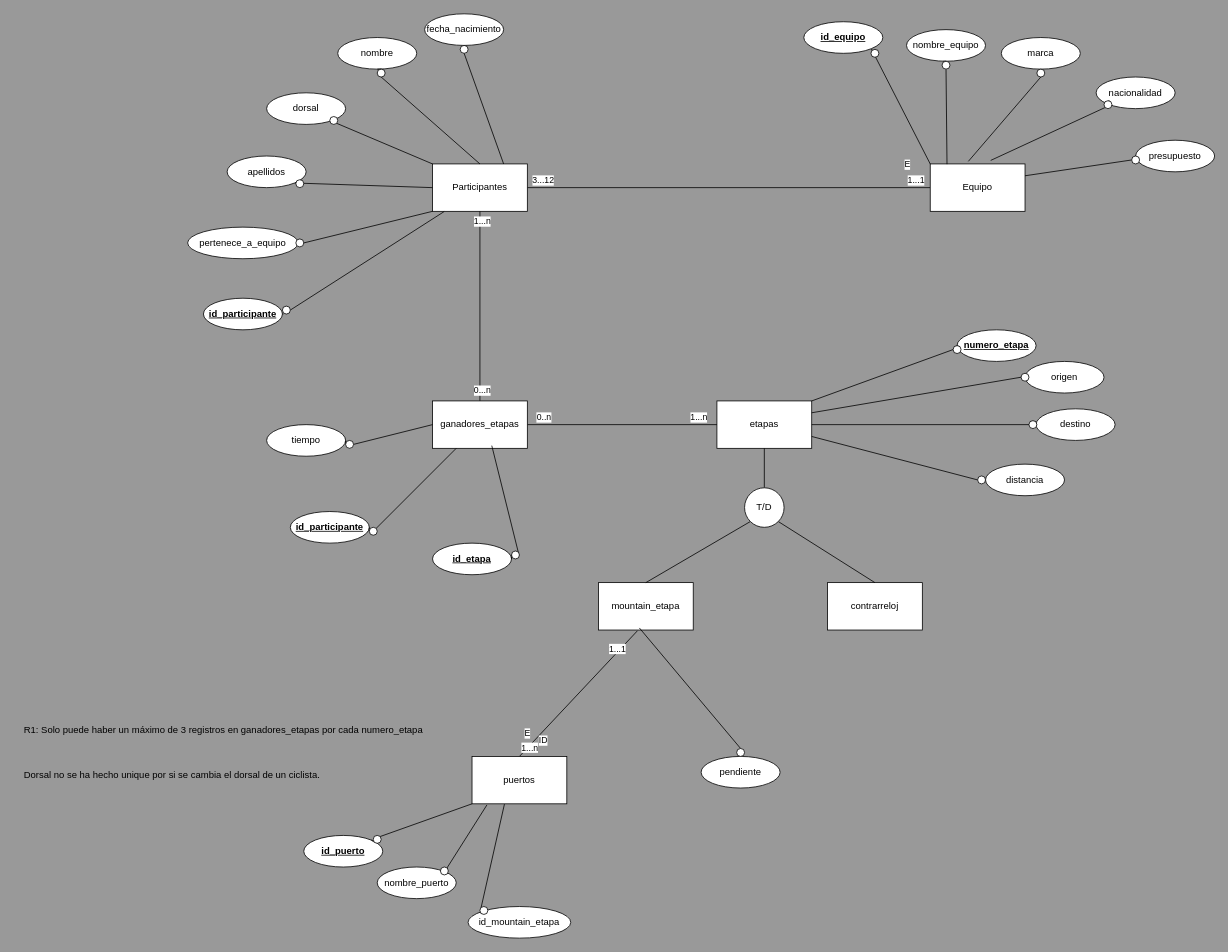
MrMetalero/DAM2 keeps this draw.io diagram as AccesoDatos/EjercicioModeloDeExamen2/modeloExamenEntidadRelacion.drawio. Above is the earlier version. Source tidied: cells renumbered, new cells numbered last; positions are measured from the earlier drawing's top-left corner, leaving out a move shared by most shapes. Both pictures are drawn from the tidied source at 79%, with x=0, y=0 at pixel (13, 13).
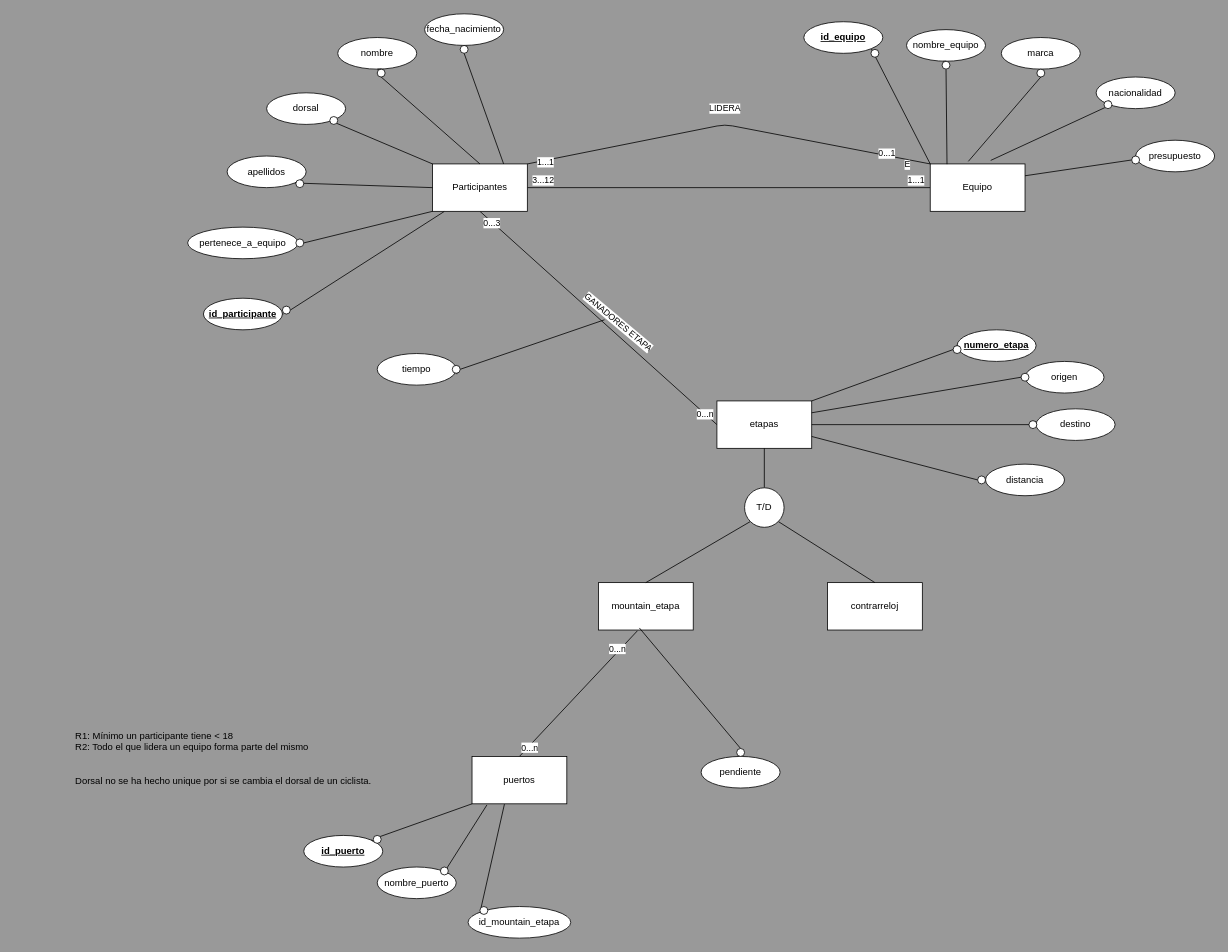
The same diagram, later.

The change refers to these unchanged cells:
```xml
<mxCell id="6" value="Participantes" style="rounded=0;whiteSpace=wrap;html=1;" parent="1" vertex="1">
  <mxGeometry x="530" y="190" width="120" height="60" as="geometry" />
</mxCell>
<mxCell id="7" value="Equipo" style="rounded=0;whiteSpace=wrap;html=1;" parent="1" vertex="1">
  <mxGeometry x="1160" y="190" width="120" height="60" as="geometry" />
</mxCell>
<mxCell id="8" value="etapas" style="rounded=0;whiteSpace=wrap;html=1;" parent="1" vertex="1">
  <mxGeometry x="890" y="490" width="120" height="60" as="geometry" />
</mxCell>
<mxCell id="29" style="edgeStyle=none;html=1;exitX=0.5;exitY=0;exitDx=0;exitDy=0;entryX=0.412;entryY=1.015;entryDx=0;entryDy=0;entryPerimeter=0;endArrow=none;endFill=0;startArrow=none;" parent="1" edge="1" source="103" target="9">
  <mxGeometry relative="1" as="geometry" />
</mxCell>
```

Diff of the diagram source:
```diff
@@
+    <mxCell id="115" style="edgeStyle=none;html=1;exitX=0.5;exitY=1;exitDx=0;exitDy=0;entryX=0;entryY=0.5;entryDx=0;entryDy=0;endArrow=none;endFill=0;" parent="1" edge="1" source="6" target="8">
+      <mxGeometry relative="1" as="geometry" />
+    </mxCell>
+    <mxCell id="116" value="0...3" style="edgeLabel;html=1;align=center;verticalAlign=middle;" parent="115" vertex="1">
+      <mxGeometry x="-0.9" y="-1" relative="1" as="geometry" />
+    </mxCell>
+    <mxCell id="38" value="0...n" style="edgeLabel;html=1;align=center;verticalAlign=middle;" parent="115" vertex="1">
+      <mxGeometry x="0.9" relative="1" as="geometry" />
+    </mxCell>
+    <mxCell id="117" value="GANADORES ETAPA" style="edgeLabel;html=1;align=center;verticalAlign=middle;rotation=40;" parent="115" vertex="1">
+      <mxGeometry x="0.16" y="1" relative="1" as="geometry">
+        <mxPoint y="-16" as="offset" />
+      </mxGeometry>
+    </mxCell>
+    <mxCell id="118" style="edgeStyle=none;html=1;exitX=1;exitY=0;exitDx=0;exitDy=0;entryX=0;entryY=0;entryDx=0;entryDy=0;endArrow=none;endFill=0;" parent="1" edge="1" source="6" target="7">
+      <mxGeometry relative="1" as="geometry">
+        <Array as="points">
+          <mxPoint x="900" y="140" />
+        </Array>
+      </mxGeometry>
+    </mxCell>
+    <mxCell id="119" value="LIDERA" style="edgeLabel;html=1;align=center;verticalAlign=middle;" parent="118" vertex="1">
+      <mxGeometry x="-0.07" y="3" relative="1" as="geometry">
+        <mxPoint x="13" y="-20" as="offset" />
+      </mxGeometry>
+    </mxCell>
+    <mxCell id="120" value="1...1" style="edgeLabel;html=1;align=center;verticalAlign=middle;" parent="118" vertex="1">
+      <mxGeometry x="-0.91" y="-2" relative="1" as="geometry" />
+    </mxCell>
+    <mxCell id="121" value="0...1" style="edgeLabel;html=1;align=center;verticalAlign=middle;" parent="118" vertex="1">
+      <mxGeometry x="0.78" y="3" relative="1" as="geometry" />
+    </mxCell>
@@
-    <mxCell id="30" value="1...1" style="edgeLabel;html=1;align=center;verticalAlign=middle;" parent="29" vertex="1">
+    <mxCell id="30" value="0...n" style="edgeLabel;html=1;align=center;verticalAlign=middle;" parent="29" vertex="1">
       <mxGeometry x="0.69" y="3" relative="1" as="geometry" />
     </mxCell>
-    <mxCell id="31" value="1...n" style="edgeLabel;html=1;align=center;verticalAlign=middle;" parent="29" vertex="1">
+    <mxCell id="31" value="0...n" style="edgeLabel;html=1;align=center;verticalAlign=middle;" parent="29" vertex="1">
       <mxGeometry x="-0.84" y="-1" relative="1" as="geometry" />
     </mxCell>
-    <mxCell id="32" value="ID" style="edgeLabel;html=1;align=center;verticalAlign=middle;" parent="29" vertex="1">
-      <mxGeometry x="0.41" y="2" relative="1" as="geometry">
-        <mxPoint x="-74" y="93" as="offset" />
-      </mxGeometry>
-    </mxCell>
-    <mxCell id="33" value="E" style="edgeLabel;html=1;align=center;verticalAlign=middle;" parent="29" vertex="1">
-      <mxGeometry x="-0.53" relative="1" as="geometry">
-        <mxPoint x="-25" y="8" as="offset" />
-      </mxGeometry>
-    </mxCell>
@@
-    <mxCell id="36" style="edgeStyle=none;html=1;exitX=0.5;exitY=0;exitDx=0;exitDy=0;entryX=0.5;entryY=1;entryDx=0;entryDy=0;endArrow=none;endFill=0;" parent="1" edge="1" source="42" target="6">
-      <mxGeometry relative="1" as="geometry" />
-    </mxCell>
-    <mxCell id="37" value="1...n" style="edgeLabel;html=1;align=center;verticalAlign=middle;" parent="36" vertex="1">
-      <mxGeometry x="0.9" y="-2" relative="1" as="geometry" />
-    </mxCell>
-    <mxCell id="38" value="0...n" style="edgeLabel;html=1;align=center;verticalAlign=middle;" parent="36" vertex="1">
-      <mxGeometry x="-0.88" y="-2" relative="1" as="geometry" />
-    </mxCell>
-    <mxCell id="39" style="edgeStyle=none;html=1;exitX=1;exitY=0.5;exitDx=0;exitDy=0;endArrow=none;endFill=0;" parent="1" edge="1" source="42">
-      <mxGeometry relative="1" as="geometry">
-        <mxPoint x="890" y="520" as="targetPoint" />
-      </mxGeometry>
-    </mxCell>
-    <mxCell id="40" value="1...n" style="edgeLabel;html=1;align=center;verticalAlign=middle;" parent="39" vertex="1">
-      <mxGeometry x="0.8" relative="1" as="geometry">
-        <mxPoint y="-10" as="offset" />
-      </mxGeometry>
-    </mxCell>
-    <mxCell id="41" value="0..n" style="edgeLabel;html=1;align=center;verticalAlign=middle;" parent="39" vertex="1">
-      <mxGeometry x="-0.82" y="-3" relative="1" as="geometry">
-        <mxPoint x="-2" y="-13" as="offset" />
-      </mxGeometry>
-    </mxCell>
-    <mxCell id="42" value="ganadores_etapas" style="rounded=0;whiteSpace=wrap;html=1;" parent="1" vertex="1">
-      <mxGeometry x="530" y="490" width="120" height="60" as="geometry" />
-    </mxCell>
@@
-    <mxCell id="59" value="R1: Solo puede haber un máximo de 3 registros en ganadores_etapas por cada numero_etapa&lt;br&gt;&lt;div style=&quot;text-align: left;&quot;&gt;&lt;br&gt;&lt;/div&gt;&lt;div style=&quot;text-align: left;&quot;&gt;&lt;br&gt;&lt;/div&gt;&lt;div style=&quot;text-align: left;&quot;&gt;&lt;br&gt;&lt;/div&gt;&lt;div style=&quot;text-align: left;&quot;&gt;Dorsal no se ha hecho unique por si se cambia el dorsal de un ciclista.&lt;/div&gt;" style="text;html=1;align=center;verticalAlign=middle;strokeColor=none;fillColor=none;" parent="1" vertex="1">
-      <mxGeometry y="890" width="530" height="90" as="geometry" />
+    <mxCell id="59" value="&lt;br&gt;&lt;div style=&quot;text-align: left;&quot;&gt;R1: Mínimo un participante tiene &amp;lt; 18&amp;nbsp;&lt;/div&gt;&lt;div style=&quot;text-align: left;&quot;&gt;R2: Todo el que lidera un equipo forma parte del mismo&lt;/div&gt;&lt;div style=&quot;text-align: left;&quot;&gt;&lt;br&gt;&lt;/div&gt;&lt;div style=&quot;text-align: left;&quot;&gt;&lt;br&gt;&lt;/div&gt;&lt;div style=&quot;text-align: left;&quot;&gt;Dorsal no se ha hecho unique por si se cambia el dorsal de un ciclista.&lt;/div&gt;" style="text;html=1;align=center;verticalAlign=middle;strokeColor=none;fillColor=none;" parent="1" vertex="1">
+      <mxGeometry x="65" y="885" width="400" height="100" as="geometry" />
     </mxCell>
-    <mxCell id="60" style="edgeStyle=none;html=1;exitX=1;exitY=0.5;exitDx=0;exitDy=0;entryX=0;entryY=0.5;entryDx=0;entryDy=0;endArrow=none;endFill=0;startArrow=none;" parent="1" edge="1" source="63" target="42">
-      <mxGeometry relative="1" as="geometry" />
-    </mxCell>
     <mxCell id="61" value="tiempo" style="ellipse;whiteSpace=wrap;html=1;" parent="1" vertex="1">
-      <mxGeometry x="320" y="520" width="100" height="40" as="geometry" />
+      <mxGeometry x="460" y="430" width="100" height="40" as="geometry" />
     </mxCell>
-    <mxCell id="62" style="edgeStyle=none;html=1;exitX=1;exitY=0.5;exitDx=0;exitDy=0;entryX=0;entryY=0.5;entryDx=0;entryDy=0;endArrow=none;endFill=0;" parent="1" edge="1" source="61" target="63">
-      <mxGeometry relative="1" as="geometry" />
+    <mxCell id="62" style="edgeStyle=none;html=1;exitX=1;exitY=0.5;exitDx=0;exitDy=0;entryX=0.59;entryY=1.118;entryDx=0;entryDy=0;endArrow=none;endFill=0;entryPerimeter=0;startArrow=none;" parent="1" edge="1" source="63">
+      <mxGeometry relative="1" as="geometry">
+        <mxPoint x="747.7" y="387.3" as="targetPoint" />
+      </mxGeometry>
     </mxCell>
-    <mxCell id="63" style="ellipse;whiteSpace=wrap;html=1;" parent="1" vertex="1">
-      <mxGeometry x="420" y="540" width="10" height="10" as="geometry" />
-    </mxCell>
@@
-    <mxCell id="95" value="id_participante" style="ellipse;whiteSpace=wrap;html=1;fontStyle=5;" parent="1" vertex="1">
-      <mxGeometry x="350" y="630" width="100" height="40" as="geometry" />
-    </mxCell>
-    <mxCell id="96" style="edgeStyle=none;html=1;exitX=1;exitY=0.5;exitDx=0;exitDy=0;entryX=0;entryY=0.5;entryDx=0;entryDy=0;endArrow=none;endFill=0;" parent="1" edge="1" source="95" target="98">
-      <mxGeometry relative="1" as="geometry" />
-    </mxCell>
-    <mxCell id="97" style="edgeStyle=none;html=1;exitX=1;exitY=0;exitDx=0;exitDy=0;entryX=0.25;entryY=1;entryDx=0;entryDy=0;endArrow=none;endFill=0;" parent="1" edge="1" source="98" target="42">
-      <mxGeometry relative="1" as="geometry" />
-    </mxCell>
-    <mxCell id="98" style="ellipse;whiteSpace=wrap;html=1;" parent="1" vertex="1">
-      <mxGeometry x="450" y="650" width="10" height="10" as="geometry" />
-    </mxCell>
-    <mxCell id="99" value="id_etapa" style="ellipse;whiteSpace=wrap;html=1;fontStyle=5;" parent="1" vertex="1">
-      <mxGeometry x="530" y="670" width="100" height="40" as="geometry" />
-    </mxCell>
-    <mxCell id="100" style="edgeStyle=none;html=1;exitX=1;exitY=0.5;exitDx=0;exitDy=0;entryX=0;entryY=0.5;entryDx=0;entryDy=0;endArrow=none;endFill=0;" parent="1" edge="1" source="99" target="102">
-      <mxGeometry relative="1" as="geometry" />
-    </mxCell>
-    <mxCell id="101" style="edgeStyle=none;html=1;exitX=1;exitY=0;exitDx=0;exitDy=0;entryX=0.625;entryY=0.943;entryDx=0;entryDy=0;entryPerimeter=0;endArrow=none;endFill=0;" parent="1" edge="1" source="102" target="42">
-      <mxGeometry relative="1" as="geometry" />
-    </mxCell>
-    <mxCell id="102" style="ellipse;whiteSpace=wrap;html=1;" parent="1" vertex="1">
-      <mxGeometry x="630" y="680" width="10" height="10" as="geometry" />
-    </mxCell>
@@
+    <mxCell id="122" style="edgeStyle=none;html=1;exitX=1;exitY=0.5;exitDx=0;exitDy=0;entryX=0.59;entryY=1.118;entryDx=0;entryDy=0;endArrow=none;endFill=0;entryPerimeter=0;" parent="1" edge="1" source="61" target="63">
+      <mxGeometry relative="1" as="geometry" />
+    </mxCell>
+    <mxCell id="63" style="ellipse;whiteSpace=wrap;html=1;" parent="1" vertex="1">
+      <mxGeometry x="555" y="445" width="10" height="10" as="geometry" />
+    </mxCell>
```
